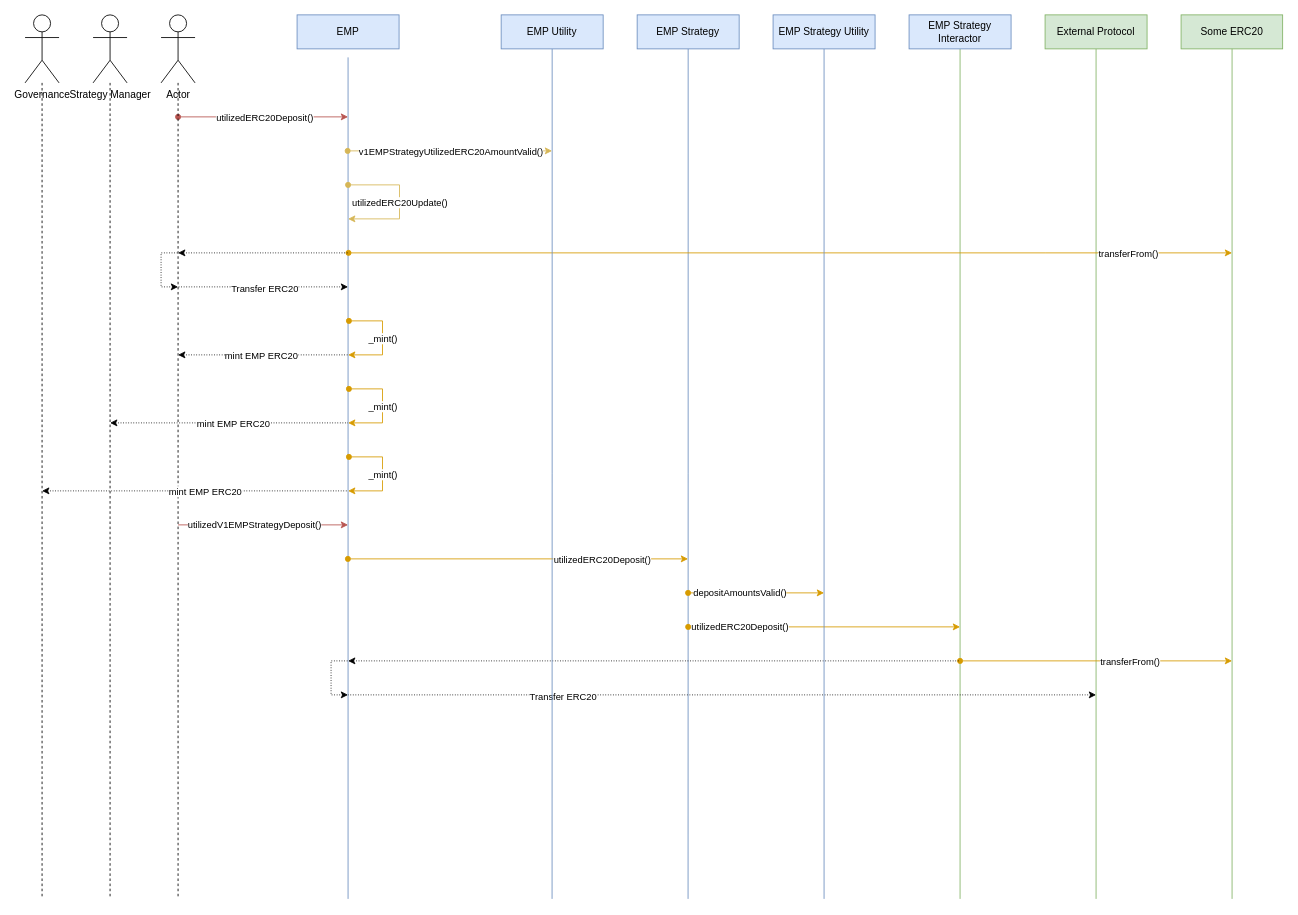
yield-sync/specifications keeps this draw.io diagram as v1-emp/diagrams/deposit-overview.drawio. Above is the earlier version. Source tidied: cells renumbered, new cells numbered last; positions are measured from the earlier drawing's top-left corner, leaving out a move shared by most shapes. Both pictures are drawn from the tidied source at 85%, with x=0, y=0 at pixel (25, 14).
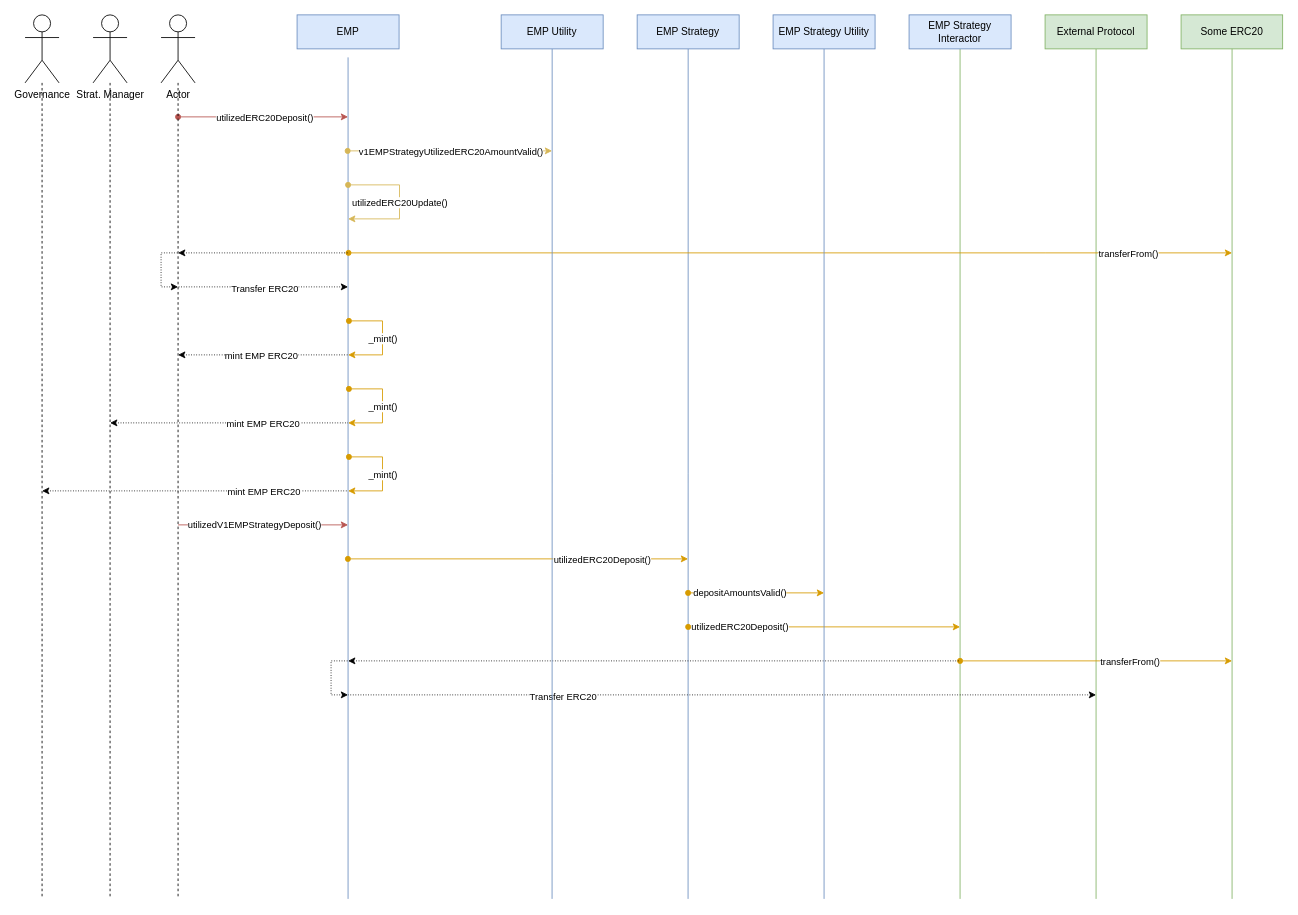
The same diagram, later.

Commit message:
Make more readable

Unchanged cells that the change refers to:
```xml
<mxCell id="55" style="edgeStyle=orthogonalEdgeStyle;rounded=0;orthogonalLoop=1;jettySize=auto;html=1;endArrow=none;endFill=0;startArrow=classic;startFill=1;dashed=1;dashPattern=1 2;" parent="1" edge="1">
  <mxGeometry relative="1" as="geometry">
    <mxPoint x="100" y="480" as="sourcePoint" />
    <mxPoint x="380" y="480" as="targetPoint" />
  </mxGeometry>
</mxCell>
<mxCell id="57" style="edgeStyle=orthogonalEdgeStyle;rounded=0;orthogonalLoop=1;jettySize=auto;html=1;endArrow=none;endFill=0;startArrow=classic;startFill=1;dashed=1;dashPattern=1 2;" parent="1" edge="1">
  <mxGeometry relative="1" as="geometry">
    <mxPoint x="20" y="560" as="sourcePoint" />
    <mxPoint x="380" y="560" as="targetPoint" />
  </mxGeometry>
</mxCell>
```

The edit, as a diff of the source:
```diff
@@
-    <mxCell id="48" value="Strategy Manager" style="shape=umlActor;verticalLabelPosition=bottom;verticalAlign=top;html=1;outlineConnect=0;" parent="1" vertex="1">
+    <mxCell id="48" value="Strat. Manager" style="shape=umlActor;verticalLabelPosition=bottom;verticalAlign=top;html=1;outlineConnect=0;" parent="1" vertex="1">
       <mxGeometry x="80" width="40" height="80" as="geometry" />
     </mxCell>
@@
     <mxCell id="56" value="mint EMP ERC20" style="edgeLabel;html=1;align=center;verticalAlign=middle;" parent="55" vertex="1">
       <mxGeometry x="0.17" y="1" relative="1" as="geometry">
-        <mxPoint x="-20" y="1" as="offset" />
+        <mxPoint x="15" y="1" as="offset" />
       </mxGeometry>
     </mxCell>
@@
     <mxCell id="58" value="mint EMP ERC20" style="edgeLabel;html=1;align=center;verticalAlign=middle;" parent="57" vertex="1">
       <mxGeometry x="0.17" y="1" relative="1" as="geometry">
-        <mxPoint x="-20" y="1" as="offset" />
+        <mxPoint x="49" y="1" as="offset" />
       </mxGeometry>
     </mxCell>
```
